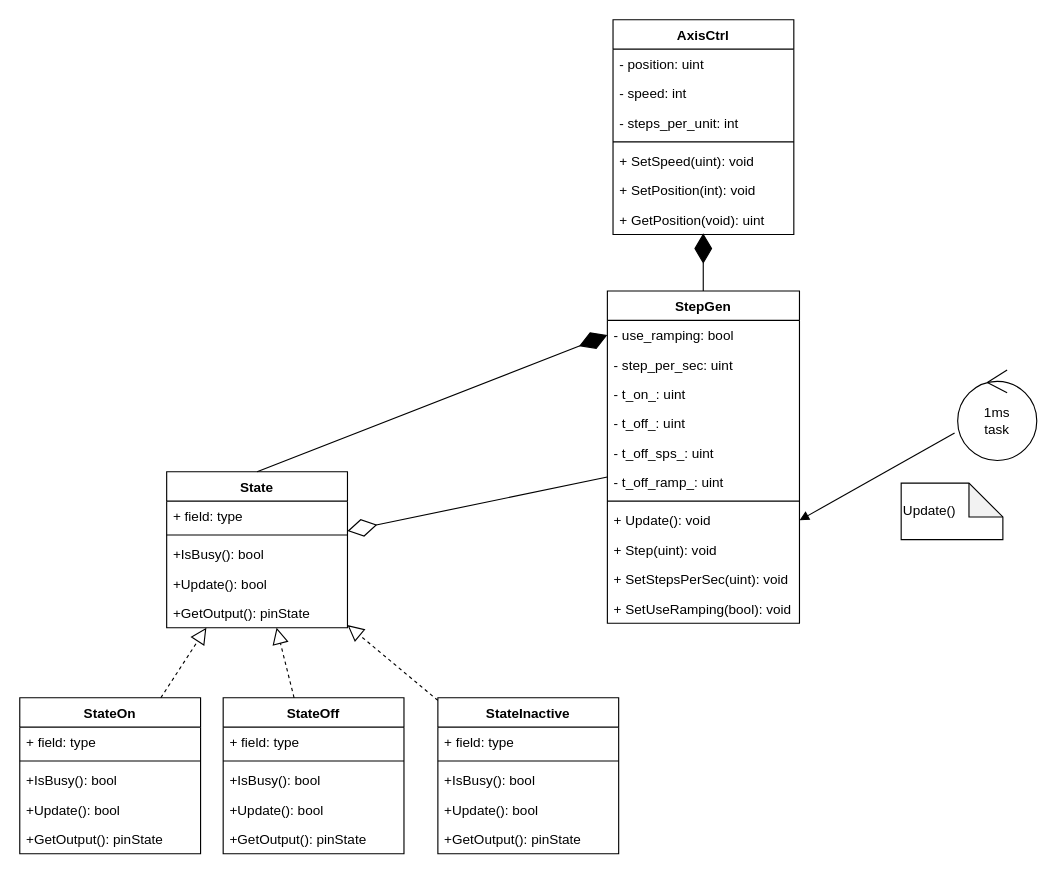
The draw.io diagram page "Page-1" (1 of 2) of serialEventHdlr/scanner/doc/scanner.drawio in johanp1/HackDay, before the edit. Source tidied: cells renumbered, new cells numbered last; positions are measured from the earlier drawing's top-left corner, leaving out a move shared by most shapes. Both pictures are drawn from the tidied source at 113%, with x=0, y=0 at pixel (19, 19).
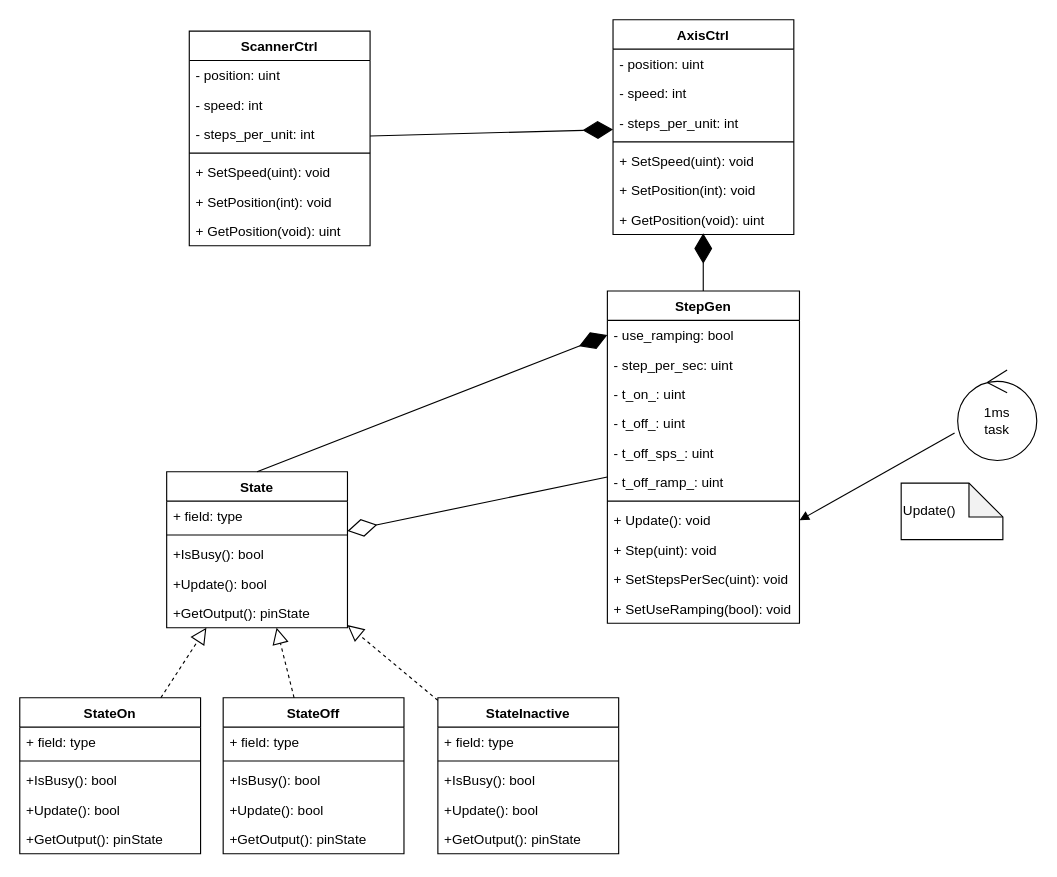
The same page after the edit.

Unchanged cells that the change refers to:
```xml
<mxCell id="2" value="AxisCtrl" style="swimlane;fontStyle=1;align=center;verticalAlign=top;horizontal=1;startSize=26;" parent="1" vertex="1">
  <mxGeometry x="525" width="160" height="190" as="geometry" />
</mxCell>
```

Diff of the diagram source:
```diff
@@
+    <mxCell id="55" value="ScannerCtrl" style="swimlane;fontStyle=1;align=center;verticalAlign=top;horizontal=1;startSize=26;" parent="1" vertex="1">
+      <mxGeometry x="150" y="10" width="160" height="190" as="geometry" />
+    </mxCell>
+    <mxCell id="56" value="- position: uint" style="text;strokeColor=none;fillColor=none;align=left;verticalAlign=top;spacingLeft=4;spacingRight=4;overflow=hidden;" parent="55" vertex="1">
+      <mxGeometry y="26" width="160" height="26" as="geometry" />
+    </mxCell>
+    <mxCell id="57" value="- speed: int" style="text;strokeColor=none;fillColor=none;align=left;verticalAlign=top;spacingLeft=4;spacingRight=4;overflow=hidden;" parent="55" vertex="1">
+      <mxGeometry y="52" width="160" height="26" as="geometry" />
+    </mxCell>
+    <mxCell id="58" value="- steps_per_unit: int" style="text;strokeColor=none;fillColor=none;align=left;verticalAlign=top;spacingLeft=4;spacingRight=4;overflow=hidden;" parent="55" vertex="1">
+      <mxGeometry y="78" width="160" height="26" as="geometry" />
+    </mxCell>
+    <mxCell id="59" style="line;strokeWidth=1;fillColor=none;align=left;verticalAlign=middle;spacingTop=-1;spacingLeft=3;spacingRight=3;labelPosition=right;" parent="55" vertex="1">
+      <mxGeometry y="104" width="160" height="8" as="geometry" />
+    </mxCell>
+    <mxCell id="60" value="+ SetSpeed(uint): void" style="text;strokeColor=none;fillColor=none;align=left;verticalAlign=top;spacingLeft=4;spacingRight=4;overflow=hidden;" parent="55" vertex="1">
+      <mxGeometry y="112" width="160" height="26" as="geometry" />
+    </mxCell>
+    <mxCell id="61" value="+ SetPosition(int): void" style="text;strokeColor=none;fillColor=none;align=left;verticalAlign=top;spacingLeft=4;spacingRight=4;overflow=hidden;" parent="55" vertex="1">
+      <mxGeometry y="138" width="160" height="26" as="geometry" />
+    </mxCell>
+    <mxCell id="62" value="+ GetPosition(void): uint" style="text;strokeColor=none;fillColor=none;align=left;verticalAlign=top;spacingLeft=4;spacingRight=4;overflow=hidden;" parent="55" vertex="1">
+      <mxGeometry y="164" width="160" height="26" as="geometry" />
+    </mxCell>
+    <mxCell id="63" style="endArrow=diamondThin;endFill=1;endSize=24;html=1;rounded=0;" parent="1" edge="1" source="55" target="2">
+      <mxGeometry relative="1" as="geometry" />
+    </mxCell>
```
